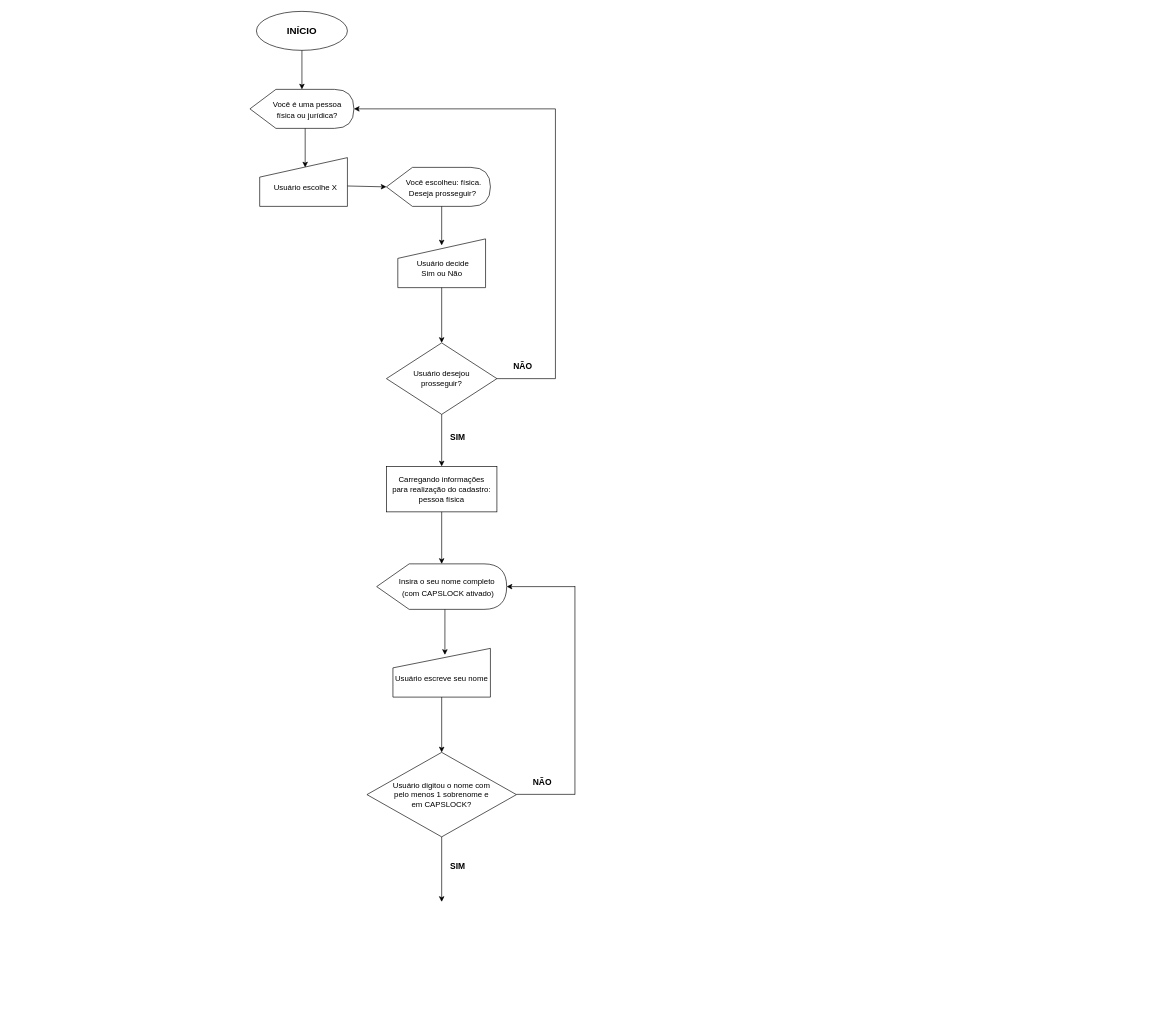
The draw.io diagram ClientLab.drawio in VictorVilhena0/ClientLabDiagrama, before the edit. Source tidied: cells renumbered, new cells numbered last; positions are measured from the earlier drawing's top-left corner, leaving out a move shared by most shapes. Both pictures are drawn from the tidied source at 65%, with x=0, y=0 at pixel (250, 11).
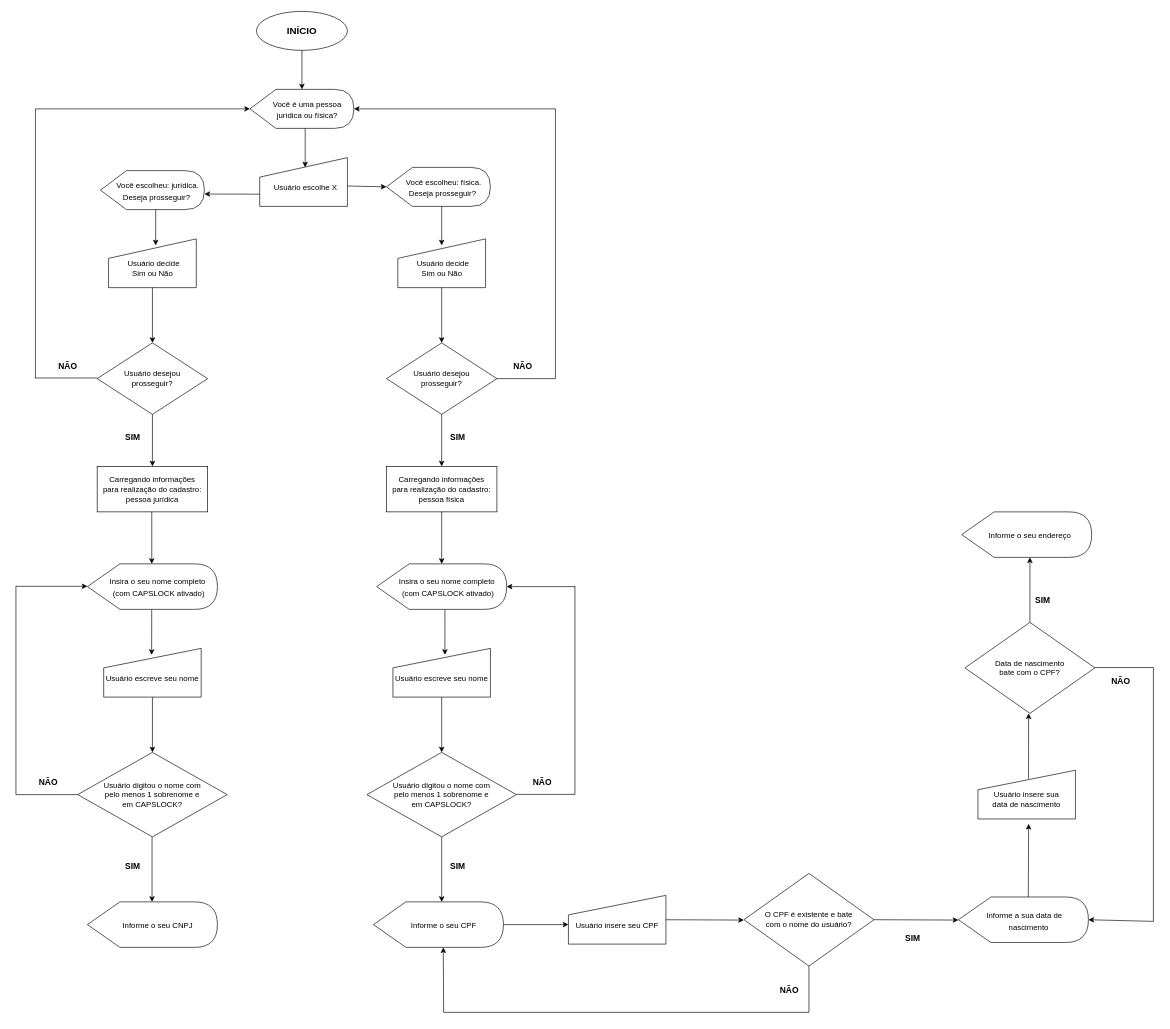
The same page after the edit.

Unchanged cells that the change refers to:
```xml
<mxCell id="6" value="&lt;br&gt;&amp;nbsp; Usuário escolhe X" style="shape=manualInput;whiteSpace=wrap;html=1;fontSize=12;fontColor=default;strokeColor=default;fillColor=default;" parent="1" vertex="1">
  <mxGeometry x="15" y="225" width="135" height="75" as="geometry" />
</mxCell>
```

Change to the diagram source:
```diff
@@
-    <mxCell id="4" value="&lt;font style=&quot;font-size: 12px&quot;&gt;&amp;nbsp; &amp;nbsp; &amp;nbsp;Você é uma pessoa&lt;br&gt;&amp;nbsp; &amp;nbsp; &amp;nbsp;física ou jurídica?&lt;/font&gt;" style="shape=display;whiteSpace=wrap;html=1;fontSize=15;fontColor=default;strokeColor=default;fillColor=default;" parent="1" vertex="1">
+    <mxCell id="4" value="&lt;font style=&quot;font-size: 12px&quot;&gt;&amp;nbsp; &amp;nbsp; &amp;nbsp;Você é uma pessoa&lt;br&gt;&amp;nbsp; &amp;nbsp; &amp;nbsp;jurídica ou física?&lt;/font&gt;" style="shape=display;whiteSpace=wrap;html=1;fontSize=15;fontColor=default;strokeColor=default;fillColor=default;" parent="1" vertex="1">
       <mxGeometry y="120" width="160" height="60" as="geometry" />
     </mxCell>
@@
+    <mxCell id="32" style="endArrow=classic;html=1;rounded=0;strokeColor=default;labelBackgroundColor=default;fontColor=default;exitX=0;exitY=0.75;exitDx=0;exitDy=0;" parent="1" edge="1" source="6">
+      <mxGeometry relative="1" as="geometry">
+        <mxPoint x="-70" y="281" as="targetPoint" />
+      </mxGeometry>
+    </mxCell>
+    <mxCell id="33" value="&lt;font style=&quot;font-size: 12px&quot;&gt;&amp;nbsp; &amp;nbsp; &amp;nbsp;Você escolheu: jurídica.&lt;br&gt;&amp;nbsp; &amp;nbsp; Deseja prosseguir?&lt;/font&gt;" style="shape=display;whiteSpace=wrap;html=1;fontSize=15;fontColor=default;strokeColor=default;fillColor=default;" parent="1" vertex="1">
+      <mxGeometry x="-230" y="245" width="160" height="60" as="geometry" />
+    </mxCell>
+    <mxCell id="34" style="endArrow=classic;html=1;rounded=0;labelBackgroundColor=default;fontColor=default;strokeColor=default;exitX=0;exitY=0;exitDx=85;exitDy=60;exitPerimeter=0;" parent="1" edge="1" source="33">
+      <mxGeometry relative="1" as="geometry">
+        <mxPoint x="-145" y="360" as="targetPoint" />
+      </mxGeometry>
+    </mxCell>
+    <mxCell id="35" value="&lt;br&gt;&amp;nbsp; Usuário decide&amp;nbsp;&lt;br&gt;Sim ou Não" style="shape=manualInput;whiteSpace=wrap;html=1;fontSize=12;fontColor=default;strokeColor=default;fillColor=default;" parent="1" vertex="1">
+      <mxGeometry x="-217.5" y="350" width="135" height="75" as="geometry" />
+    </mxCell>
+    <mxCell id="36" style="endArrow=classic;html=1;rounded=0;labelBackgroundColor=default;fontColor=default;strokeColor=default;exitX=0.5;exitY=1;exitDx=0;exitDy=0;" parent="1" edge="1" source="35">
+      <mxGeometry relative="1" as="geometry">
+        <mxPoint x="-150" y="510" as="targetPoint" />
+      </mxGeometry>
+    </mxCell>
+    <mxCell id="37" value="Usuário desejou&lt;br&gt;prosseguir?" style="rhombus;whiteSpace=wrap;html=1;fontSize=12;fontColor=default;strokeColor=default;fillColor=default;" parent="1" vertex="1">
+      <mxGeometry x="-235" y="510" width="170" height="110" as="geometry" />
+    </mxCell>
+    <mxCell id="38" style="endArrow=none;html=1;rounded=0;labelBackgroundColor=default;fontSize=12;fontColor=default;strokeColor=default;entryX=1;entryY=0.5;entryDx=0;entryDy=0;" parent="1" edge="1">
+      <mxGeometry relative="1" as="geometry">
+        <mxPoint x="-235" y="564" as="sourcePoint" />
+        <mxPoint x="-331" y="564" as="targetPoint" />
+      </mxGeometry>
+    </mxCell>
+    <mxCell id="39" style="endArrow=none;html=1;rounded=0;labelBackgroundColor=default;fontSize=12;fontColor=default;strokeColor=default;" parent="1" edge="1">
+      <mxGeometry relative="1" as="geometry">
+        <mxPoint x="-330" y="564" as="sourcePoint" />
+        <mxPoint x="-330" y="150" as="targetPoint" />
+      </mxGeometry>
+    </mxCell>
+    <mxCell id="40" style="endArrow=classic;html=1;rounded=0;labelBackgroundColor=default;fontSize=12;fontColor=default;strokeColor=default;entryX=0;entryY=0.5;entryDx=0;entryDy=0;entryPerimeter=0;" parent="1" edge="1" target="4">
+      <mxGeometry relative="1" as="geometry">
+        <mxPoint x="-330" y="150" as="sourcePoint" />
+      </mxGeometry>
+    </mxCell>
+    <mxCell id="41" value="&lt;b&gt;&lt;font style=&quot;font-size: 13px&quot;&gt;NÃO&lt;/font&gt;&lt;/b&gt;" style="text;html=1;strokeColor=none;fillColor=none;align=center;verticalAlign=middle;whiteSpace=wrap;rounded=0;fontSize=12;fontColor=default;" parent="1" vertex="1">
+      <mxGeometry x="-310" y="520" width="60" height="50" as="geometry" />
+    </mxCell>
+    <mxCell id="42" value="&lt;font style=&quot;font-size: 12px&quot;&gt;Carregando informações&lt;br&gt;para realização do cadastro:&lt;br&gt;pessoa jurídica&lt;/font&gt;" style="rounded=0;whiteSpace=wrap;html=1;fontSize=13;fontColor=default;strokeColor=default;fillColor=default;" parent="1" vertex="1">
+      <mxGeometry x="-235" y="700" width="170" height="70" as="geometry" />
+    </mxCell>
+    <mxCell id="43" value="&lt;b&gt;&lt;font style=&quot;font-size: 13px&quot;&gt;SIM&lt;/font&gt;&lt;/b&gt;" style="text;html=1;strokeColor=none;fillColor=none;align=center;verticalAlign=middle;whiteSpace=wrap;rounded=0;fontSize=12;fontColor=default;" parent="1" vertex="1">
+      <mxGeometry x="-210" y="630" width="60" height="50" as="geometry" />
+    </mxCell>
+    <mxCell id="44" style="endArrow=classic;html=1;rounded=0;labelBackgroundColor=default;fontColor=default;strokeColor=default;exitX=0.5;exitY=1;exitDx=0;exitDy=0;entryX=0.5;entryY=0;entryDx=0;entryDy=0;" parent="1" edge="1" source="37" target="42">
+      <mxGeometry relative="1" as="geometry" />
+    </mxCell>
+    <mxCell id="45" style="endArrow=classic;html=1;rounded=0;labelBackgroundColor=default;fontSize=12;fontColor=default;strokeColor=default;exitX=0.5;exitY=1;exitDx=0;exitDy=0;" parent="1" edge="1">
+      <mxGeometry relative="1" as="geometry">
+        <mxPoint x="-151" y="770" as="sourcePoint" />
+        <mxPoint x="-151" y="850" as="targetPoint" />
+      </mxGeometry>
+    </mxCell>
+    <mxCell id="46" value="&lt;span style=&quot;font-size: 12px&quot;&gt;&amp;nbsp; &amp;nbsp; &amp;nbsp;Insira o seu nome completo &lt;br&gt;&amp;nbsp; &amp;nbsp; &amp;nbsp; (com CAPSLOCK ativado)&lt;br&gt;&lt;/span&gt;" style="shape=display;whiteSpace=wrap;html=1;fontSize=15;fontColor=default;strokeColor=default;fillColor=default;" parent="1" vertex="1">
+      <mxGeometry x="-250" y="850" width="200" height="70" as="geometry" />
+    </mxCell>
+    <mxCell id="47" style="endArrow=classic;html=1;rounded=0;labelBackgroundColor=default;fontSize=12;fontColor=default;strokeColor=default;entryX=0.533;entryY=0.133;entryDx=0;entryDy=0;entryPerimeter=0;" parent="1" edge="1">
+      <mxGeometry relative="1" as="geometry">
+        <mxPoint x="-151.1" y="920" as="sourcePoint" />
+        <mxPoint x="-151.2" y="990" as="targetPoint" />
+      </mxGeometry>
+    </mxCell>
+    <mxCell id="48" value="&lt;br&gt;Usuário escreve seu nome" style="shape=manualInput;whiteSpace=wrap;html=1;fontSize=12;fontColor=default;strokeColor=default;fillColor=default;" parent="1" vertex="1">
+      <mxGeometry x="-225" y="980" width="150" height="75" as="geometry" />
+    </mxCell>
+    <mxCell id="49" style="endArrow=classic;html=1;rounded=0;labelBackgroundColor=default;fontSize=12;fontColor=default;strokeColor=default;exitX=0.5;exitY=1;exitDx=0;exitDy=0;entryX=0.5;entryY=0;entryDx=0;entryDy=0;" parent="1" edge="1">
+      <mxGeometry relative="1" as="geometry">
+        <mxPoint x="-150" y="1055" as="sourcePoint" />
+        <mxPoint x="-150" y="1140" as="targetPoint" />
+      </mxGeometry>
+    </mxCell>
+    <mxCell id="50" value="Usuário digitou o nome com&lt;br&gt;pelo menos 1 sobrenome e&lt;br&gt;em CAPSLOCK?" style="rhombus;whiteSpace=wrap;html=1;fontSize=12;fontColor=default;strokeColor=default;fillColor=default;" parent="1" vertex="1">
+      <mxGeometry x="-265" y="1140" width="230" height="130" as="geometry" />
+    </mxCell>
+    <mxCell id="51" style="endArrow=none;html=1;rounded=0;labelBackgroundColor=default;fontSize=12;fontColor=default;strokeColor=default;entryX=1;entryY=0.5;entryDx=0;entryDy=0;" parent="1" edge="1">
+      <mxGeometry relative="1" as="geometry">
+        <mxPoint x="-265" y="1205" as="sourcePoint" />
+        <mxPoint x="-360" y="1205" as="targetPoint" />
+      </mxGeometry>
+    </mxCell>
+    <mxCell id="52" style="endArrow=none;html=1;rounded=0;labelBackgroundColor=default;fontSize=12;fontColor=default;strokeColor=default;" parent="1" edge="1">
+      <mxGeometry relative="1" as="geometry">
+        <mxPoint x="-360" y="1205" as="sourcePoint" />
+        <mxPoint x="-360" y="884" as="targetPoint" />
+      </mxGeometry>
+    </mxCell>
+    <mxCell id="53" style="endArrow=classic;html=1;rounded=0;labelBackgroundColor=default;fontSize=12;fontColor=default;strokeColor=default;entryX=1;entryY=0.5;entryDx=0;entryDy=0;entryPerimeter=0;" parent="1" edge="1">
+      <mxGeometry relative="1" as="geometry">
+        <mxPoint x="-360" y="884.5" as="sourcePoint" />
+        <mxPoint x="-250" y="884.5" as="targetPoint" />
+      </mxGeometry>
+    </mxCell>
+    <mxCell id="54" value="&lt;b&gt;&lt;font style=&quot;font-size: 13px&quot;&gt;NÃO&lt;/font&gt;&lt;/b&gt;" style="text;html=1;strokeColor=none;fillColor=none;align=center;verticalAlign=middle;whiteSpace=wrap;rounded=0;fontSize=12;fontColor=default;" parent="1" vertex="1">
+      <mxGeometry x="-340" y="1160" width="60" height="50" as="geometry" />
+    </mxCell>
+    <mxCell id="55" value="&lt;span style=&quot;font-size: 12px&quot;&gt;&amp;nbsp; &amp;nbsp; &amp;nbsp;Informe o seu CPF&lt;br&gt;&lt;/span&gt;" style="shape=display;whiteSpace=wrap;html=1;fontSize=15;fontColor=default;strokeColor=default;fillColor=default;" parent="1" vertex="1">
+      <mxGeometry x="190" y="1370" width="200" height="70" as="geometry" />
+    </mxCell>
+    <mxCell id="56" style="endArrow=classic;html=1;rounded=0;labelBackgroundColor=default;fontSize=12;fontColor=default;strokeColor=default;exitX=0.5;exitY=1;exitDx=0;exitDy=0;" parent="1" edge="1">
+      <mxGeometry relative="1" as="geometry">
+        <mxPoint x="-150.6" y="1270" as="sourcePoint" />
+        <mxPoint x="-150.6" y="1370" as="targetPoint" />
+      </mxGeometry>
+    </mxCell>
+    <mxCell id="57" value="&lt;span style=&quot;font-size: 12px&quot;&gt;&amp;nbsp; &amp;nbsp; &amp;nbsp;Informe o seu CNPJ&lt;br&gt;&lt;/span&gt;" style="shape=display;whiteSpace=wrap;html=1;fontSize=15;fontColor=default;strokeColor=default;fillColor=default;" parent="1" vertex="1">
+      <mxGeometry x="-250" y="1370" width="200" height="70" as="geometry" />
+    </mxCell>
+    <mxCell id="58" value="&lt;b&gt;&lt;font style=&quot;font-size: 13px&quot;&gt;SIM&lt;/font&gt;&lt;/b&gt;" style="text;html=1;strokeColor=none;fillColor=none;align=center;verticalAlign=middle;whiteSpace=wrap;rounded=0;fontSize=12;fontColor=default;" parent="1" vertex="1">
+      <mxGeometry x="-210" y="1290" width="60" height="50" as="geometry" />
+    </mxCell>
+    <mxCell id="59" value="&lt;br&gt;Usuário insere seu CPF" style="shape=manualInput;whiteSpace=wrap;html=1;fontSize=12;fontColor=default;strokeColor=default;fillColor=default;" parent="1" vertex="1">
+      <mxGeometry x="490" y="1360" width="150" height="75" as="geometry" />
+    </mxCell>
+    <mxCell id="60" style="endArrow=classic;html=1;rounded=0;labelBackgroundColor=default;fontColor=default;strokeColor=default;exitX=1;exitY=0.5;exitDx=0;exitDy=0;exitPerimeter=0;" parent="1" edge="1" source="55">
+      <mxGeometry relative="1" as="geometry">
+        <mxPoint x="490" y="1405" as="targetPoint" />
+      </mxGeometry>
+    </mxCell>
+    <mxCell id="61" style="endArrow=classic;html=1;rounded=0;labelBackgroundColor=default;fontColor=default;strokeColor=default;exitX=1;exitY=0.5;exitDx=0;exitDy=0;" parent="1" edge="1" source="59">
+      <mxGeometry relative="1" as="geometry">
+        <mxPoint x="760" y="1398" as="targetPoint" />
+      </mxGeometry>
+    </mxCell>
+    <mxCell id="62" value="O CPF é existente e bate&lt;br&gt;com o nome do usuário?" style="rhombus;whiteSpace=wrap;html=1;fontSize=12;fontColor=default;strokeColor=default;fillColor=default;" parent="1" vertex="1">
+      <mxGeometry x="760" y="1326.2" width="200" height="142.5" as="geometry" />
+    </mxCell>
+    <mxCell id="63" style="endArrow=none;html=1;rounded=0;labelBackgroundColor=default;fontColor=default;strokeColor=default;entryX=0.5;entryY=1;entryDx=0;entryDy=0;" parent="1" edge="1" target="62">
+      <mxGeometry relative="1" as="geometry">
+        <mxPoint x="860" y="1540" as="sourcePoint" />
+      </mxGeometry>
+    </mxCell>
+    <mxCell id="64" style="endArrow=none;html=1;rounded=0;labelBackgroundColor=default;fontColor=default;strokeColor=default;" parent="1" edge="1">
+      <mxGeometry relative="1" as="geometry">
+        <mxPoint x="298" y="1540" as="sourcePoint" />
+        <mxPoint x="860" y="1540" as="targetPoint" />
+      </mxGeometry>
+    </mxCell>
+    <mxCell id="65" style="endArrow=classic;html=1;rounded=0;labelBackgroundColor=default;fontColor=default;strokeColor=default;entryX=0;entryY=0;entryDx=107.5;entryDy=70;entryPerimeter=0;" parent="1" edge="1" target="55">
+      <mxGeometry relative="1" as="geometry">
+        <mxPoint x="298" y="1540" as="sourcePoint" />
+      </mxGeometry>
+    </mxCell>
+    <mxCell id="66" value="&lt;b&gt;&lt;font style=&quot;font-size: 13px&quot;&gt;NÃO&lt;/font&gt;&lt;/b&gt;" style="text;html=1;strokeColor=none;fillColor=none;align=center;verticalAlign=middle;whiteSpace=wrap;rounded=0;fontSize=12;fontColor=default;" parent="1" vertex="1">
+      <mxGeometry x="800" y="1480" width="60" height="50" as="geometry" />
+    </mxCell>
+    <mxCell id="67" style="endArrow=classic;html=1;rounded=0;exitX=1;exitY=0.5;exitDx=0;exitDy=0;strokeColor=default;labelBackgroundColor=default;fontColor=default;" parent="1" edge="1" source="62">
+      <mxGeometry relative="1" as="geometry">
+        <mxPoint x="1090" y="1398" as="targetPoint" />
+      </mxGeometry>
+    </mxCell>
+    <mxCell id="68" value="&lt;b&gt;&lt;font style=&quot;font-size: 13px&quot;&gt;SIM&lt;/font&gt;&lt;/b&gt;" style="text;html=1;strokeColor=none;fillColor=none;align=center;verticalAlign=middle;whiteSpace=wrap;rounded=0;fontSize=12;fontColor=default;" parent="1" vertex="1">
+      <mxGeometry x="990" y="1400" width="60" height="50" as="geometry" />
+    </mxCell>
+    <mxCell id="69" value="&lt;span style=&quot;font-size: 12px&quot;&gt;&amp;nbsp; &amp;nbsp; &amp;nbsp; &amp;nbsp; &amp;nbsp; &amp;nbsp; Informe a sua data de&amp;nbsp; &amp;nbsp; &amp;nbsp; &amp;nbsp; &amp;nbsp; &amp;nbsp; &amp;nbsp; &amp;nbsp; &amp;nbsp;nascimento&lt;br&gt;&lt;/span&gt;" style="shape=display;whiteSpace=wrap;html=1;fontSize=15;fontColor=default;strokeColor=default;fillColor=default;" parent="1" vertex="1">
+      <mxGeometry x="1090" y="1362.5" width="200" height="70" as="geometry" />
+    </mxCell>
+    <mxCell id="70" style="endArrow=classic;html=1;rounded=0;labelBackgroundColor=default;fontColor=default;strokeColor=default;exitX=0;exitY=0;exitDx=107.5;exitDy=0;exitPerimeter=0;" parent="1" edge="1" source="69">
+      <mxGeometry relative="1" as="geometry">
+        <mxPoint x="1198" y="1250" as="targetPoint" />
+      </mxGeometry>
+    </mxCell>
+    <mxCell id="71" value="&lt;br&gt;Usuário insere sua&lt;br&gt;data de nascimento" style="shape=manualInput;whiteSpace=wrap;html=1;fontSize=12;fontColor=default;strokeColor=default;fillColor=default;" parent="1" vertex="1">
+      <mxGeometry x="1120" y="1167.5" width="150" height="75" as="geometry" />
+    </mxCell>
+    <mxCell id="72" style="endArrow=classic;html=1;rounded=0;labelBackgroundColor=default;fontColor=default;strokeColor=default;exitX=0.519;exitY=0.175;exitDx=0;exitDy=0;exitPerimeter=0;" parent="1" edge="1" source="71">
+      <mxGeometry relative="1" as="geometry">
+        <mxPoint x="1198" y="1080" as="targetPoint" />
+      </mxGeometry>
+    </mxCell>
+    <mxCell id="73" value="Data de nascimento&lt;br&gt;bate com o CPF?" style="rhombus;whiteSpace=wrap;html=1;fontSize=12;fontColor=default;strokeColor=default;fillColor=default;" parent="1" vertex="1">
+      <mxGeometry x="1100" y="940" width="200" height="140" as="geometry" />
+    </mxCell>
+    <mxCell id="74" style="endArrow=none;html=1;rounded=0;labelBackgroundColor=default;fontSize=12;fontColor=default;strokeColor=default;entryX=1;entryY=0.5;entryDx=0;entryDy=0;" parent="1" edge="1">
+      <mxGeometry relative="1" as="geometry">
+        <mxPoint x="1390" y="1009.5" as="sourcePoint" />
+        <mxPoint x="1300" y="1009.5" as="targetPoint" />
+      </mxGeometry>
+    </mxCell>
+    <mxCell id="75" style="endArrow=none;html=1;rounded=0;labelBackgroundColor=default;fontSize=12;fontColor=default;strokeColor=default;" parent="1" edge="1">
+      <mxGeometry relative="1" as="geometry">
+        <mxPoint x="1390" y="1400" as="sourcePoint" />
+        <mxPoint x="1390" y="1009" as="targetPoint" />
+      </mxGeometry>
+    </mxCell>
+    <mxCell id="76" style="endArrow=classic;html=1;rounded=0;labelBackgroundColor=default;fontColor=default;strokeColor=default;entryX=1;entryY=0.5;entryDx=0;entryDy=0;entryPerimeter=0;" parent="1" edge="1" target="69">
+      <mxGeometry relative="1" as="geometry">
+        <mxPoint x="1390" y="1400" as="sourcePoint" />
+      </mxGeometry>
+    </mxCell>
+    <mxCell id="77" value="&lt;b&gt;&lt;font style=&quot;font-size: 13px&quot;&gt;NÃO&lt;/font&gt;&lt;/b&gt;" style="text;html=1;strokeColor=none;fillColor=none;align=center;verticalAlign=middle;whiteSpace=wrap;rounded=0;fontSize=12;fontColor=default;" parent="1" vertex="1">
+      <mxGeometry x="1310" y="1005" width="60" height="50" as="geometry" />
+    </mxCell>
+    <mxCell id="78" style="endArrow=classic;html=1;rounded=0;labelBackgroundColor=default;fontColor=default;strokeColor=default;exitX=0.5;exitY=0;exitDx=0;exitDy=0;" parent="1" edge="1" source="73">
+      <mxGeometry relative="1" as="geometry">
+        <mxPoint x="1200" y="840" as="targetPoint" />
+      </mxGeometry>
+    </mxCell>
+    <mxCell id="79" value="&lt;span style=&quot;font-size: 12px&quot;&gt;&amp;nbsp; &amp;nbsp;Informe o seu endereço&lt;br&gt;&lt;/span&gt;" style="shape=display;whiteSpace=wrap;html=1;fontSize=15;fontColor=default;strokeColor=default;fillColor=default;" parent="1" vertex="1">
+      <mxGeometry x="1095" y="770" width="200" height="70" as="geometry" />
+    </mxCell>
+    <mxCell id="80" value="&lt;b&gt;&lt;font style=&quot;font-size: 13px&quot;&gt;SIM&lt;/font&gt;&lt;/b&gt;" style="text;html=1;strokeColor=none;fillColor=none;align=center;verticalAlign=middle;whiteSpace=wrap;rounded=0;fontSize=12;fontColor=default;" parent="1" vertex="1">
+      <mxGeometry x="1190" y="880" width="60" height="50" as="geometry" />
+    </mxCell>
```
